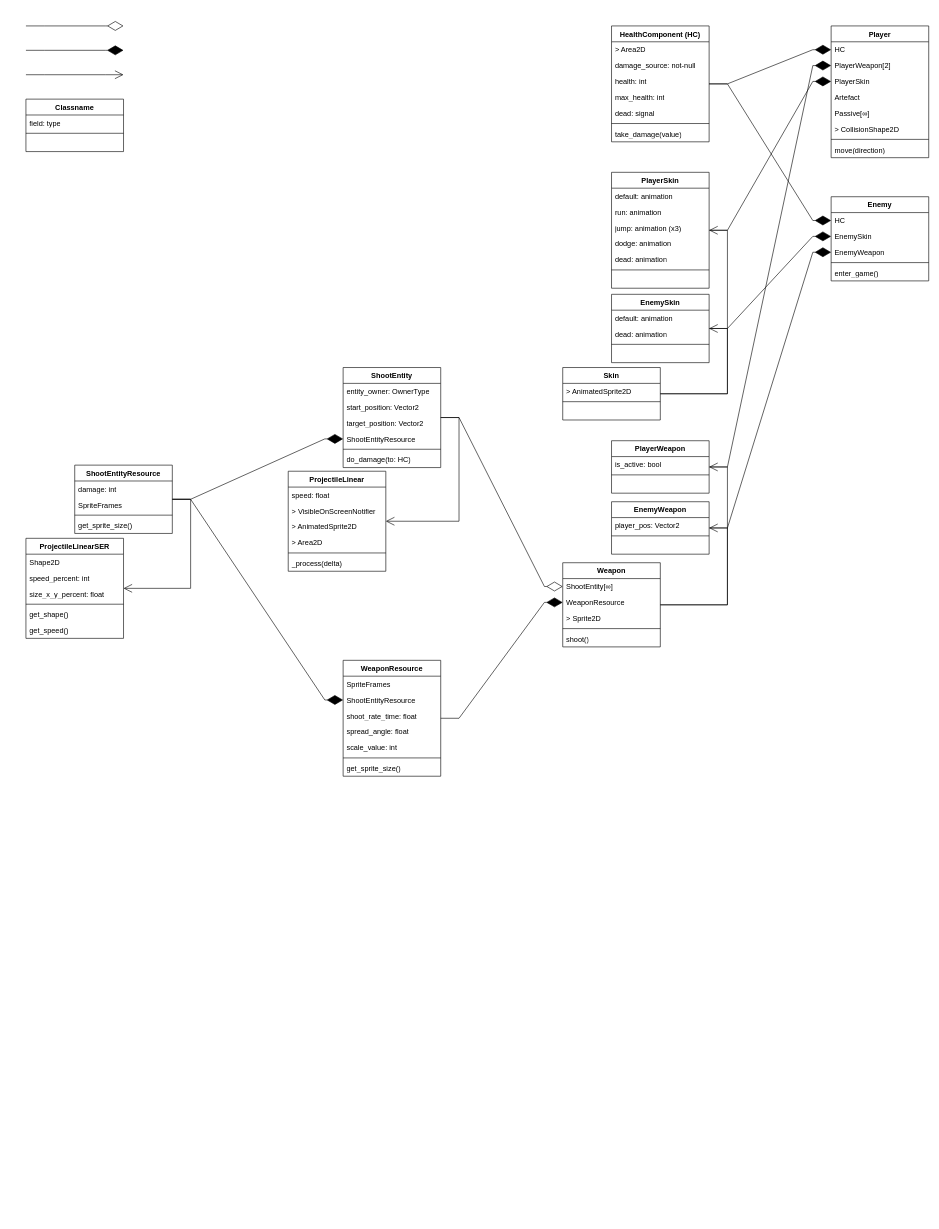
This is game_model.drawio from 0-Vanes-0/runner, a draw.io file, before an edit. Source tidied: cells renumbered, new cells numbered last; positions are measured from the earlier drawing's top-left corner, leaving out a move shared by most shapes. Both pictures are drawn from the tidied source at 61%, with x=0, y=0 at pixel (26, 26).
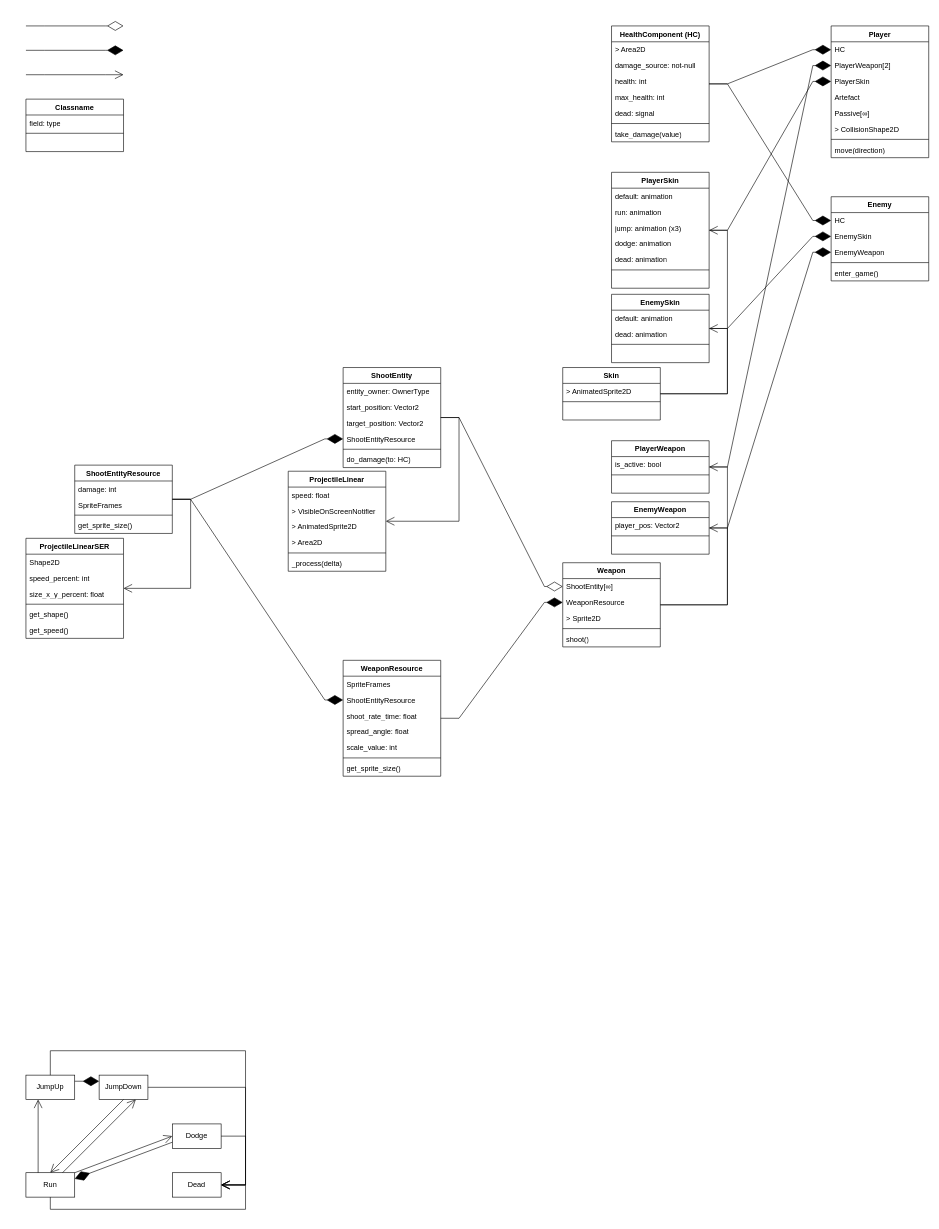
Above is the later version.

Diff of the diagram source:
```diff
@@
+    <mxCell id="113" value="Run" style="rounded=0;whiteSpace=wrap;html=1;" parent="1" vertex="1">
+      <mxGeometry y="1880" width="80" height="40" as="geometry" />
+    </mxCell>
+    <mxCell id="114" value="JumpUp" style="rounded=0;whiteSpace=wrap;html=1;" parent="1" vertex="1">
+      <mxGeometry y="1720" width="80" height="40" as="geometry" />
+    </mxCell>
+    <mxCell id="115" value="JumpDown" style="rounded=0;whiteSpace=wrap;html=1;" parent="1" vertex="1">
+      <mxGeometry x="120" y="1720" width="80" height="40" as="geometry" />
+    </mxCell>
+    <mxCell id="116" value="Dodge" style="rounded=0;whiteSpace=wrap;html=1;" parent="1" vertex="1">
+      <mxGeometry x="240" y="1800" width="80" height="40" as="geometry" />
+    </mxCell>
+    <mxCell id="117" value="Dead" style="rounded=0;whiteSpace=wrap;html=1;" parent="1" vertex="1">
+      <mxGeometry x="240" y="1880" width="80" height="40" as="geometry" />
+    </mxCell>
+    <mxCell id="118" style="endArrow=open;endFill=1;endSize=12;html=1;rounded=0;entryX=0.25;entryY=1;entryDx=0;entryDy=0;exitX=0.25;exitY=0;exitDx=0;exitDy=0;" parent="1" edge="1" source="113" target="114">
+      <mxGeometry relative="1" as="geometry" />
+    </mxCell>
+    <mxCell id="119" style="endArrow=diamondThin;endFill=1;endSize=24;html=1;rounded=0;exitX=1;exitY=0.25;exitDx=0;exitDy=0;entryX=0;entryY=0.25;entryDx=0;entryDy=0;" parent="1" edge="1" source="114" target="115">
+      <mxGeometry relative="1" as="geometry" />
+    </mxCell>
+    <mxCell id="120" style="endArrow=diamondThin;endFill=1;endSize=24;html=1;rounded=0;exitX=0;exitY=0.75;exitDx=0;exitDy=0;entryX=1;entryY=0.25;entryDx=0;entryDy=0;" parent="1" edge="1" source="116" target="113">
+      <mxGeometry relative="1" as="geometry" />
+    </mxCell>
+    <mxCell id="121" style="endArrow=open;endFill=1;endSize=12;html=1;rounded=0;entryX=0;entryY=0.5;entryDx=0;entryDy=0;exitX=1;exitY=0;exitDx=0;exitDy=0;" parent="1" edge="1" source="113" target="116">
+      <mxGeometry relative="1" as="geometry" />
+    </mxCell>
+    <mxCell id="122" style="endArrow=open;endFill=1;endSize=12;html=1;rounded=0;entryX=0.75;entryY=1;entryDx=0;entryDy=0;exitX=0.75;exitY=0;exitDx=0;exitDy=0;" parent="1" edge="1" source="113" target="115">
+      <mxGeometry relative="1" as="geometry" />
+    </mxCell>
+    <mxCell id="123" style="endArrow=open;endFill=1;endSize=12;html=1;rounded=0;entryX=0.5;entryY=0;entryDx=0;entryDy=0;exitX=0.5;exitY=1;exitDx=0;exitDy=0;" parent="1" edge="1" source="115" target="113">
+      <mxGeometry relative="1" as="geometry" />
+    </mxCell>
+    <mxCell id="124" style="endArrow=open;endFill=1;endSize=12;html=1;rounded=0;exitX=0.5;exitY=0;exitDx=0;exitDy=0;entryX=1;entryY=0.5;entryDx=0;entryDy=0;" parent="1" edge="1" source="114" target="117">
+      <mxGeometry relative="1" as="geometry">
+        <Array as="points">
+          <mxPoint x="40" y="1680" />
+          <mxPoint x="360" y="1680" />
+          <mxPoint x="360" y="1900" />
+        </Array>
+      </mxGeometry>
+    </mxCell>
+    <mxCell id="125" style="endArrow=open;endFill=1;endSize=12;html=1;rounded=0;entryX=1;entryY=0.5;entryDx=0;entryDy=0;exitX=1;exitY=0.5;exitDx=0;exitDy=0;" parent="1" edge="1" source="115" target="117">
+      <mxGeometry relative="1" as="geometry">
+        <Array as="points">
+          <mxPoint x="360" y="1740" />
+          <mxPoint x="360" y="1900" />
+        </Array>
+      </mxGeometry>
+    </mxCell>
+    <mxCell id="126" style="endArrow=open;endFill=1;endSize=12;html=1;rounded=0;entryX=1;entryY=0.5;entryDx=0;entryDy=0;exitX=1;exitY=0.5;exitDx=0;exitDy=0;" parent="1" edge="1" source="116" target="117">
+      <mxGeometry relative="1" as="geometry">
+        <Array as="points">
+          <mxPoint x="360" y="1820" />
+          <mxPoint x="360" y="1900" />
+        </Array>
+      </mxGeometry>
+    </mxCell>
+    <mxCell id="127" style="endArrow=open;endFill=1;endSize=12;html=1;rounded=0;entryX=1;entryY=0.5;entryDx=0;entryDy=0;exitX=0.5;exitY=1;exitDx=0;exitDy=0;" parent="1" edge="1" source="113" target="117">
+      <mxGeometry relative="1" as="geometry">
+        <Array as="points">
+          <mxPoint x="40" y="1940" />
+          <mxPoint x="360" y="1940" />
+          <mxPoint x="360" y="1900" />
+        </Array>
+      </mxGeometry>
+    </mxCell>
```
